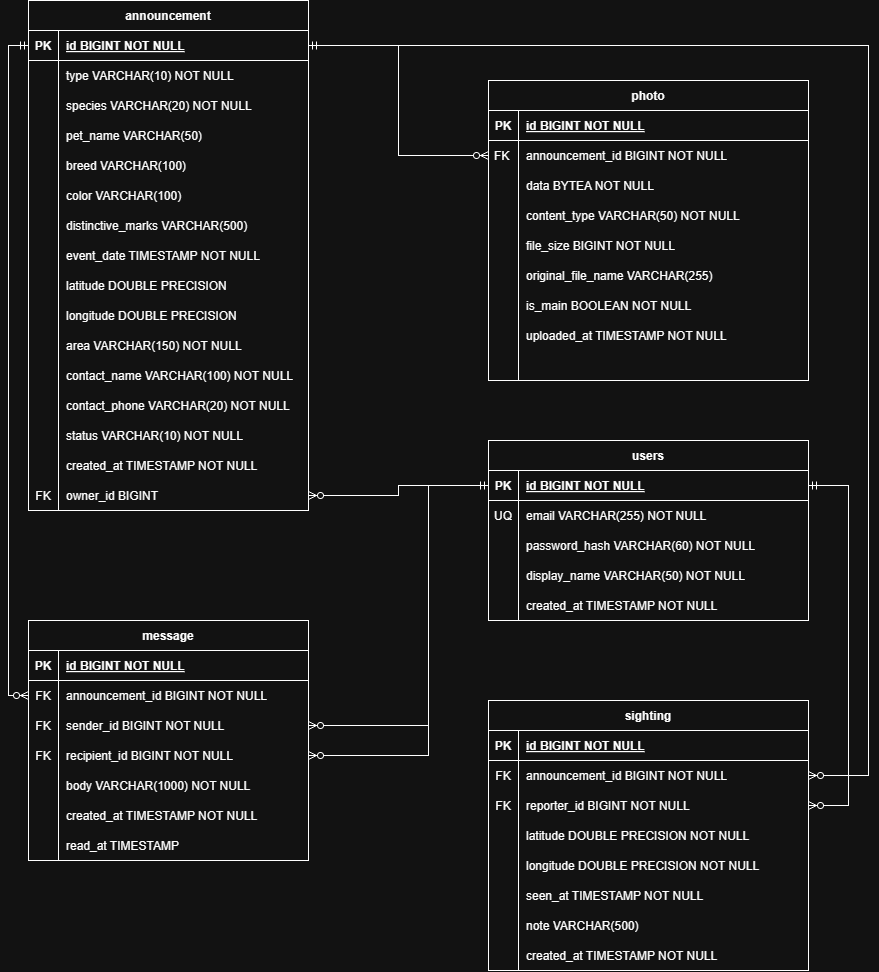
The draw.io diagram docs/db_stuff/SafePaws.drawio.png in NineLives-exe-UBB/safepaws, before a commit. Source tidied: cells renumbered, new cells last; positions are measured from the earlier drawing's top-left corner, leaving out a move shared by most shapes.
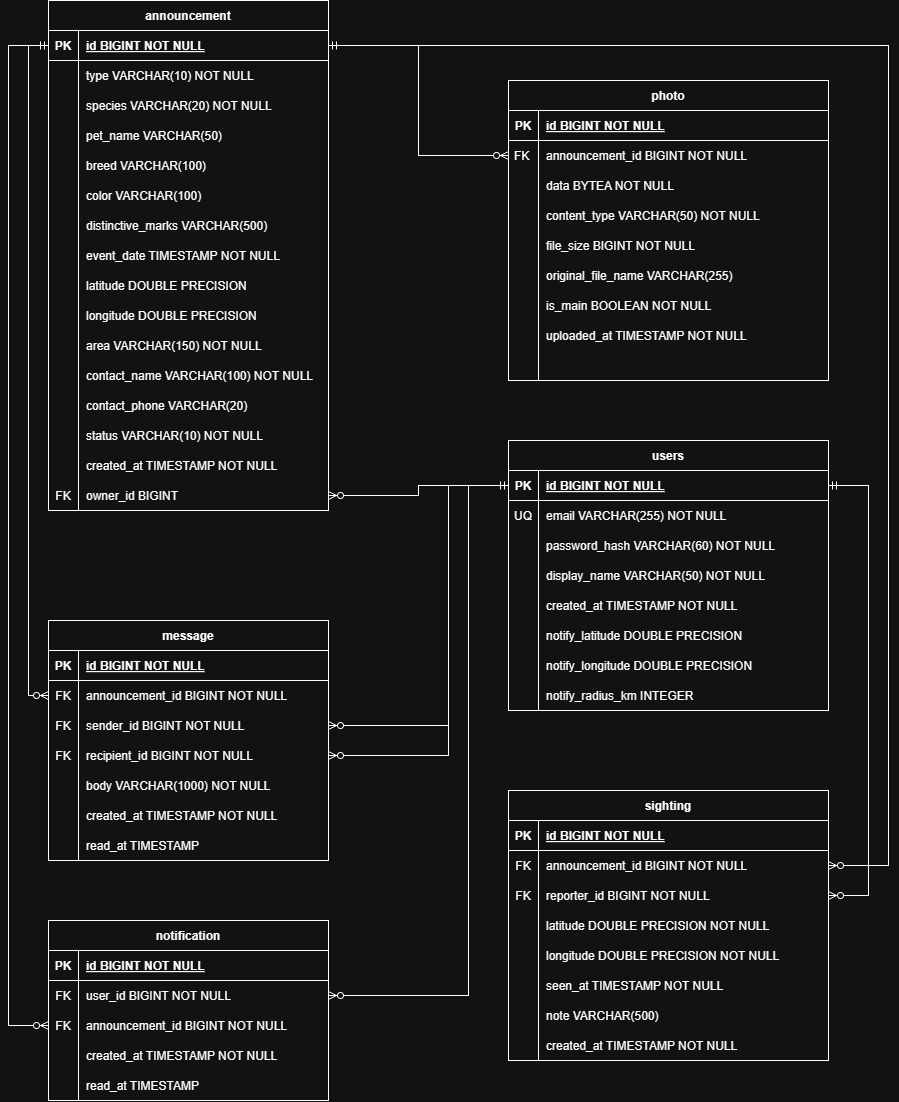
Later version of the same file.

The edit, as a diff of the source:
```diff
@@ -119,7 +119,7 @@
     <mxCell id="40" style="shape=partialRectangle;overflow=hidden;fillColor=none;strokeColor=inherit;top=0;left=0;bottom=0;right=0;" parent="39" vertex="1">
       <mxGeometry width="30" height="30" as="geometry" />
     </mxCell>
-    <mxCell id="41" value="contact_phone VARCHAR(20) NOT NULL" style="shape=partialRectangle;overflow=hidden;fillColor=none;align=left;strokeColor=inherit;top=0;left=0;bottom=0;right=0;spacingLeft=6;" parent="39" vertex="1">
+    <mxCell id="41" value="contact_phone VARCHAR(20)" style="shape=partialRectangle;overflow=hidden;fillColor=none;align=left;strokeColor=inherit;top=0;left=0;bottom=0;right=0;spacingLeft=6;" parent="39" vertex="1">
       <mxGeometry x="30" width="250" height="30" as="geometry" />
     </mxCell>
     <mxCell id="42" style="shape=tableRow;horizontal=0;startSize=0;swimlaneHead=0;swimlaneBody=0;fillColor=none;strokeColor=inherit;top=0;left=0;right=0;bottom=0;" parent="2" vertex="1">
@@ -237,7 +237,7 @@
       <mxGeometry x="0.31" relative="1" as="geometry" />
     </mxCell>
     <mxCell id="80" value="users" style="shape=table;startSize=30;rowLines=0;fontStyle=1;align=center;" parent="1" vertex="1">
-      <mxGeometry x="480" y="440" width="320" height="180" as="geometry" />
+      <mxGeometry x="480" y="440" width="320" height="270" as="geometry" />
     </mxCell>
     <mxCell id="81" style="shape=tableRow;horizontal=0;startSize=0;swimlaneHead=0;swimlaneBody=0;fillColor=none;points=[[0,0.5],[1,0.5]];portConstraint=eastwest;strokeColor=inherit;top=0;left=0;right=0;bottom=1;" parent="80" vertex="1">
       <mxGeometry y="30" width="320" height="30" as="geometry" />
@@ -284,6 +284,33 @@
     <mxCell id="95" value="created_at TIMESTAMP NOT NULL" style="shape=partialRectangle;overflow=hidden;fillColor=none;align=left;strokeColor=inherit;top=0;left=0;bottom=0;right=0;spacingLeft=6;" parent="93" vertex="1">
       <mxGeometry x="30" width="290" height="30" as="geometry" />
     </mxCell>
+    <mxCell id="149" style="shape=tableRow;horizontal=0;startSize=0;swimlaneHead=0;swimlaneBody=0;fillColor=none;strokeColor=inherit;top=0;left=0;right=0;bottom=0;" parent="80" vertex="1">
+      <mxGeometry y="180" width="320" height="30" as="geometry" />
+    </mxCell>
+    <mxCell id="150" style="shape=partialRectangle;overflow=hidden;fillColor=none;strokeColor=inherit;top=0;left=0;bottom=0;right=0;" parent="149" vertex="1">
+      <mxGeometry width="30" height="30" as="geometry" />
+    </mxCell>
+    <mxCell id="151" value="notify_latitude DOUBLE PRECISION" style="shape=partialRectangle;overflow=hidden;fillColor=none;align=left;strokeColor=inherit;top=0;left=0;bottom=0;right=0;spacingLeft=6;" parent="149" vertex="1">
+      <mxGeometry x="30" width="290" height="30" as="geometry" />
+    </mxCell>
+    <mxCell id="152" style="shape=tableRow;horizontal=0;startSize=0;swimlaneHead=0;swimlaneBody=0;fillColor=none;strokeColor=inherit;top=0;left=0;right=0;bottom=0;" parent="80" vertex="1">
+      <mxGeometry y="210" width="320" height="30" as="geometry" />
+    </mxCell>
+    <mxCell id="153" style="shape=partialRectangle;overflow=hidden;fillColor=none;strokeColor=inherit;top=0;left=0;bottom=0;right=0;" parent="152" vertex="1">
+      <mxGeometry width="30" height="30" as="geometry" />
+    </mxCell>
+    <mxCell id="154" value="notify_longitude DOUBLE PRECISION" style="shape=partialRectangle;overflow=hidden;fillColor=none;align=left;strokeColor=inherit;top=0;left=0;bottom=0;right=0;spacingLeft=6;" parent="152" vertex="1">
+      <mxGeometry x="30" width="290" height="30" as="geometry" />
+    </mxCell>
+    <mxCell id="155" style="shape=tableRow;horizontal=0;startSize=0;swimlaneHead=0;swimlaneBody=0;fillColor=none;strokeColor=inherit;top=0;left=0;right=0;bottom=0;" parent="80" vertex="1">
+      <mxGeometry y="240" width="320" height="30" as="geometry" />
+    </mxCell>
+    <mxCell id="156" style="shape=partialRectangle;overflow=hidden;fillColor=none;strokeColor=inherit;top=0;left=0;bottom=0;right=0;" parent="155" vertex="1">
+      <mxGeometry width="30" height="30" as="geometry" />
+    </mxCell>
+    <mxCell id="157" value="notify_radius_km INTEGER" style="shape=partialRectangle;overflow=hidden;fillColor=none;align=left;strokeColor=inherit;top=0;left=0;bottom=0;right=0;spacingLeft=6;" parent="155" vertex="1">
+      <mxGeometry x="30" width="290" height="30" as="geometry" />
+    </mxCell>
     <mxCell id="96" value="message" style="shape=table;startSize=30;rowLines=0;fontStyle=1;align=center;" parent="1" vertex="1">
       <mxGeometry x="20" y="620" width="280" height="240" as="geometry" />
     </mxCell>
@@ -351,7 +378,7 @@
       <mxGeometry x="30" width="250" height="30" as="geometry" />
     </mxCell>
     <mxCell id="118" value="sighting" style="shape=table;startSize=30;rowLines=0;fontStyle=1;align=center;" parent="1" vertex="1">
-      <mxGeometry x="480" y="700" width="320" height="270" as="geometry" />
+      <mxGeometry x="480" y="790" width="320" height="270" as="geometry" />
     </mxCell>
     <mxCell id="119" style="shape=tableRow;horizontal=0;startSize=0;swimlaneHead=0;swimlaneBody=0;fillColor=none;strokeColor=inherit;top=0;left=0;right=0;bottom=1;" parent="118" vertex="1">
       <mxGeometry y="30" width="320" height="30" as="geometry" />
@@ -461,7 +488,7 @@
       <mxGeometry relative="1" as="geometry">
         <Array as="points">
           <mxPoint x="860" y="45" />
-          <mxPoint x="860" y="775" />
+          <mxPoint x="860" y="865" />
         </Array>
       </mxGeometry>
     </mxCell>
@@ -469,9 +496,73 @@
       <mxGeometry relative="1" as="geometry">
         <Array as="points">
           <mxPoint x="840" y="485" />
-          <mxPoint x="840" y="805" />
+          <mxPoint x="840" y="895" />
         </Array>
       </mxGeometry>
     </mxCell>
+    <mxCell id="158" value="notification" style="shape=table;startSize=30;rowLines=0;fontStyle=1;align=center;" parent="1" vertex="1">
+      <mxGeometry x="20" y="920" width="280" height="180" as="geometry" />
+    </mxCell>
+    <mxCell id="159" style="shape=tableRow;horizontal=0;startSize=0;swimlaneHead=0;swimlaneBody=0;fillColor=none;strokeColor=inherit;top=0;left=0;right=0;bottom=1;" parent="158" vertex="1">
+      <mxGeometry y="30" width="280" height="30" as="geometry" />
+    </mxCell>
+    <mxCell id="160" value="PK" style="shape=partialRectangle;overflow=hidden;fillColor=none;strokeColor=inherit;top=0;left=0;bottom=0;right=0;fontStyle=1;" parent="159" vertex="1">
+      <mxGeometry width="30" height="30" as="geometry" />
+    </mxCell>
+    <mxCell id="161" value="id BIGINT NOT NULL" style="shape=partialRectangle;overflow=hidden;fillColor=none;align=left;strokeColor=inherit;top=0;left=0;bottom=0;right=0;spacingLeft=6;fontStyle=5;" parent="159" vertex="1">
+      <mxGeometry x="30" width="250" height="30" as="geometry" />
+    </mxCell>
+    <mxCell id="162" style="shape=tableRow;horizontal=0;startSize=0;swimlaneHead=0;swimlaneBody=0;fillColor=none;points=[[0,0.5],[1,0.5]];portConstraint=eastwest;strokeColor=inherit;top=0;left=0;right=0;bottom=0;" parent="158" vertex="1">
+      <mxGeometry y="60" width="280" height="30" as="geometry" />
+    </mxCell>
+    <mxCell id="163" value="FK" style="shape=partialRectangle;overflow=hidden;fillColor=none;strokeColor=inherit;top=0;left=0;bottom=0;right=0;" parent="162" vertex="1">
+      <mxGeometry width="30" height="30" as="geometry" />
+    </mxCell>
+    <mxCell id="164" value="user_id BIGINT NOT NULL" style="shape=partialRectangle;overflow=hidden;fillColor=none;align=left;strokeColor=inherit;top=0;left=0;bottom=0;right=0;spacingLeft=6;" parent="162" vertex="1">
+      <mxGeometry x="30" width="250" height="30" as="geometry" />
+    </mxCell>
+    <mxCell id="165" style="shape=tableRow;horizontal=0;startSize=0;swimlaneHead=0;swimlaneBody=0;fillColor=none;points=[[0,0.5],[1,0.5]];portConstraint=eastwest;strokeColor=inherit;top=0;left=0;right=0;bottom=0;" parent="158" vertex="1">
+      <mxGeometry y="90" width="280" height="30" as="geometry" />
+    </mxCell>
+    <mxCell id="166" value="FK" style="shape=partialRectangle;overflow=hidden;fillColor=none;strokeColor=inherit;top=0;left=0;bottom=0;right=0;" parent="165" vertex="1">
+      <mxGeometry width="30" height="30" as="geometry" />
+    </mxCell>
+    <mxCell id="167" value="announcement_id BIGINT NOT NULL" style="shape=partialRectangle;overflow=hidden;fillColor=none;align=left;strokeColor=inherit;top=0;left=0;bottom=0;right=0;spacingLeft=6;" parent="165" vertex="1">
+      <mxGeometry x="30" width="250" height="30" as="geometry" />
+    </mxCell>
+    <mxCell id="168" style="shape=tableRow;horizontal=0;startSize=0;swimlaneHead=0;swimlaneBody=0;fillColor=none;strokeColor=inherit;top=0;left=0;right=0;bottom=0;" parent="158" vertex="1">
+      <mxGeometry y="120" width="280" height="30" as="geometry" />
+    </mxCell>
+    <mxCell id="169" style="shape=partialRectangle;overflow=hidden;fillColor=none;strokeColor=inherit;top=0;left=0;bottom=0;right=0;" parent="168" vertex="1">
+      <mxGeometry width="30" height="30" as="geometry" />
+    </mxCell>
+    <mxCell id="170" value="created_at TIMESTAMP NOT NULL" style="shape=partialRectangle;overflow=hidden;fillColor=none;align=left;strokeColor=inherit;top=0;left=0;bottom=0;right=0;spacingLeft=6;" parent="168" vertex="1">
+      <mxGeometry x="30" width="250" height="30" as="geometry" />
+    </mxCell>
+    <mxCell id="171" style="shape=tableRow;horizontal=0;startSize=0;swimlaneHead=0;swimlaneBody=0;fillColor=none;strokeColor=inherit;top=0;left=0;right=0;bottom=0;" parent="158" vertex="1">
+      <mxGeometry y="150" width="280" height="30" as="geometry" />
+    </mxCell>
+    <mxCell id="172" style="shape=partialRectangle;overflow=hidden;fillColor=none;strokeColor=inherit;top=0;left=0;bottom=0;right=0;" parent="171" vertex="1">
+      <mxGeometry width="30" height="30" as="geometry" />
+    </mxCell>
+    <mxCell id="173" value="read_at TIMESTAMP" style="shape=partialRectangle;overflow=hidden;fillColor=none;align=left;strokeColor=inherit;top=0;left=0;bottom=0;right=0;spacingLeft=6;" parent="171" vertex="1">
+      <mxGeometry x="30" width="250" height="30" as="geometry" />
+    </mxCell>
+    <mxCell id="174" style="edgeStyle=orthogonalEdgeStyle;rounded=0;jettySize=auto;html=1;defaultLabelBackgroundColor=page;startArrow=ERmandOne;startFill=0;endArrow=ERzeroToMany;endFill=0;exitX=0;exitY=0.5;exitDx=0;exitDy=0;entryX=0;entryY=0.5;entryDx=0;entryDy=0;" parent="1" edge="1" source="3" target="165">
+      <mxGeometry relative="1" as="geometry">
+        <Array as="points">
+          <mxPoint x="-20" y="45" />
+          <mxPoint x="-20" y="1025" />
+        </Array>
+      </mxGeometry>
+    </mxCell>
+    <mxCell id="175" style="edgeStyle=orthogonalEdgeStyle;rounded=0;jettySize=auto;html=1;defaultLabelBackgroundColor=page;startArrow=ERmandOne;startFill=0;endArrow=ERzeroToMany;endFill=0;exitX=0;exitY=0.5;exitDx=0;exitDy=0;entryX=1;entryY=0.5;entryDx=0;entryDy=0;" parent="1" edge="1" source="81" target="162">
+      <mxGeometry relative="1" as="geometry">
+        <Array as="points">
+          <mxPoint x="440" y="485" />
+          <mxPoint x="440" y="995" />
+        </Array>
+      </mxGeometry>
+    </mxCell>
   </root>
 </mxGraphModel>
```
